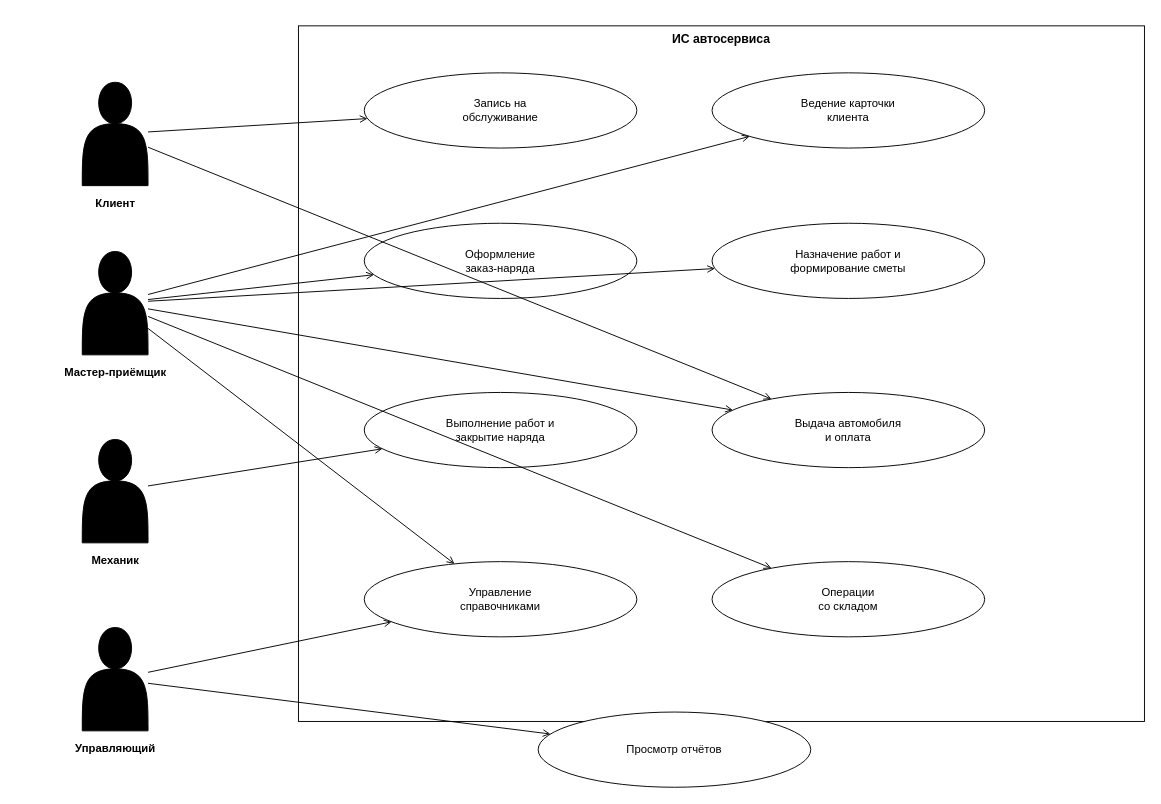
Before: docs/diagrams/use-case.drawio in SergoSektor/auto-service-is, a draw.io diagram. Source tidied: cells renumbered, new cells numbered last; positions are measured from the earlier drawing's top-left corner, leaving out a move shared by most shapes. Both pictures are drawn from the tidied source at 94%, with x=0, y=0 at pixel (35, 25).
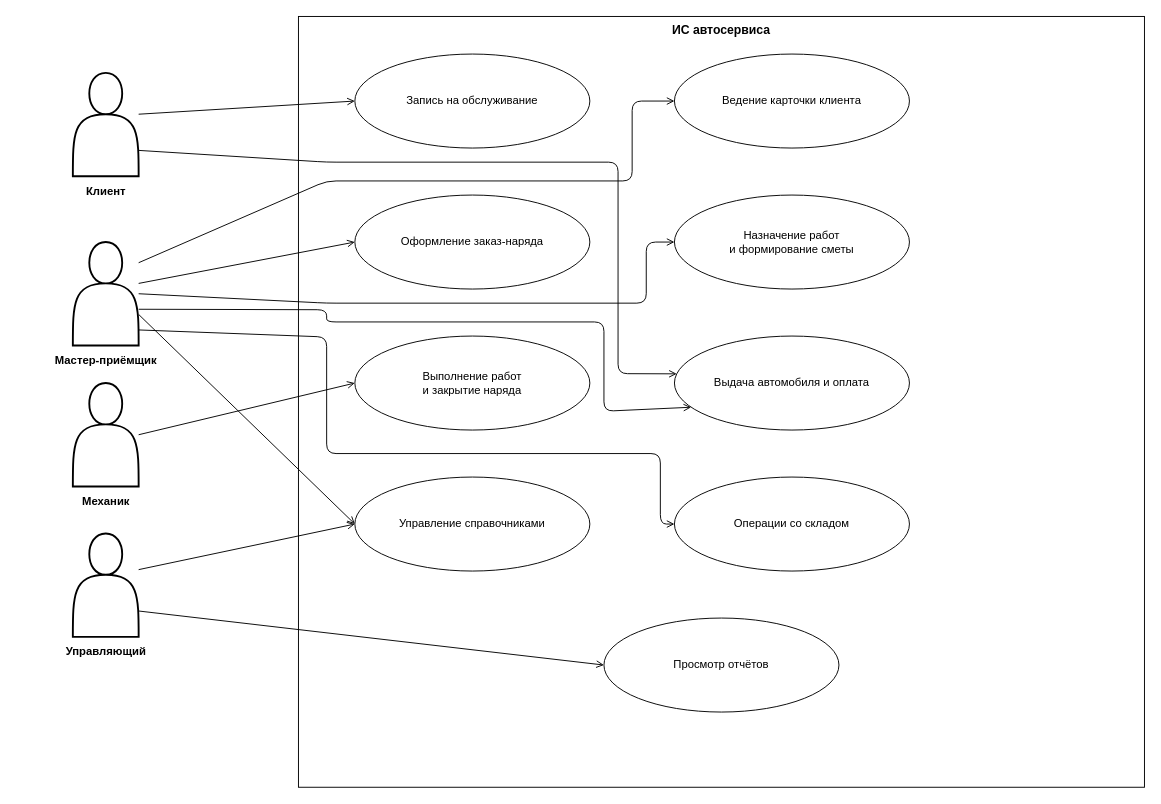
Above is the later version.

Commit message (it also covers changes not shown here):
Поправлена диаграмма вариантов использования

Change to the diagram source:
```diff
@@
     <mxCell id="2" value="ИС автосервиса" style="rounded=0;whiteSpace=wrap;html=1;verticalAlign=top;fontStyle=1;fontSize=13;fillColor=none;strokeColor=#000000;" parent="1" vertex="1">
-      <mxGeometry x="280" width="900" height="740" as="geometry" />
+      <mxGeometry x="280" y="-10" width="900" height="820" as="geometry" />
     </mxCell>
-    <mxCell id="3" style="shape=actor;html=1;fillColor=#000000;strokeColor=#000000;" parent="1" vertex="1">
-      <mxGeometry x="50" y="60" width="70" height="110" as="geometry" />
+    <mxCell id="3" style="shape=actor;html=1;fillColor=#FFFFFF;strokeColor=#000000;strokeWidth=2;" parent="1" vertex="1">
+      <mxGeometry x="40" y="50" width="70" height="110" as="geometry" />
     </mxCell>
     <mxCell id="4" value="Клиент" style="text;html=1;align=center;fontSize=12;fontStyle=1;" parent="1" vertex="1">
-      <mxGeometry x="20" y="175" width="130" height="25" as="geometry" />
+      <mxGeometry x="10" y="162" width="130" height="25" as="geometry" />
     </mxCell>
-    <mxCell id="5" style="shape=actor;html=1;fillColor=#000000;strokeColor=#000000;" parent="1" vertex="1">
-      <mxGeometry x="50" y="240" width="70" height="110" as="geometry" />
+    <mxCell id="5" style="shape=actor;html=1;fillColor=#FFFFFF;strokeColor=#000000;strokeWidth=2;" parent="1" vertex="1">
+      <mxGeometry x="40" y="230" width="70" height="110" as="geometry" />
     </mxCell>
     <mxCell id="6" value="Мастер-приёмщик" style="text;html=1;align=center;fontSize=12;fontStyle=1;" parent="1" vertex="1">
-      <mxGeometry y="355" width="170" height="25" as="geometry" />
+      <mxGeometry x="-20" y="342" width="190" height="25" as="geometry" />
     </mxCell>
-    <mxCell id="7" style="shape=actor;html=1;fillColor=#000000;strokeColor=#000000;" parent="1" vertex="1">
-      <mxGeometry x="50" y="440" width="70" height="110" as="geometry" />
+    <mxCell id="7" style="shape=actor;html=1;fillColor=#FFFFFF;strokeColor=#000000;strokeWidth=2;" parent="1" vertex="1">
+      <mxGeometry x="40" y="380" width="70" height="110" as="geometry" />
     </mxCell>
     <mxCell id="8" value="Механик" style="text;html=1;align=center;fontSize=12;fontStyle=1;" parent="1" vertex="1">
-      <mxGeometry x="20" y="555" width="130" height="25" as="geometry" />
+      <mxGeometry x="10" y="492" width="130" height="25" as="geometry" />
     </mxCell>
-    <mxCell id="9" style="shape=actor;html=1;fillColor=#000000;strokeColor=#000000;" parent="1" vertex="1">
-      <mxGeometry x="50" y="640" width="70" height="110" as="geometry" />
+    <mxCell id="9" style="shape=actor;html=1;fillColor=#FFFFFF;strokeColor=#000000;strokeWidth=2;" parent="1" vertex="1">
+      <mxGeometry x="40" y="540" width="70" height="110" as="geometry" />
     </mxCell>
     <mxCell id="10" value="Управляющий" style="text;html=1;align=center;fontSize=12;fontStyle=1;" parent="1" vertex="1">
-      <mxGeometry x="10" y="755" width="150" height="25" as="geometry" />
+      <mxGeometry y="652" width="150" height="25" as="geometry" />
     </mxCell>
-    <mxCell id="11" value="Запись на&#10;обслуживание" style="ellipse;whiteSpace=wrap;html=1;fillColor=#FFFFFF;strokeColor=#000000;fontSize=12;" parent="1" vertex="1">
-      <mxGeometry x="350" y="50" width="290" height="80" as="geometry" />
+    <mxCell id="11" value="Запись на обслуживание" style="ellipse;whiteSpace=wrap;html=1;fillColor=#FFFFFF;strokeColor=#000000;fontSize=12;" parent="1" vertex="1">
+      <mxGeometry x="340" y="30" width="250" height="100" as="geometry" />
     </mxCell>
-    <mxCell id="12" value="Ведение карточки&#10;клиента" style="ellipse;whiteSpace=wrap;html=1;fillColor=#FFFFFF;strokeColor=#000000;fontSize=12;" parent="1" vertex="1">
-      <mxGeometry x="720" y="50" width="290" height="80" as="geometry" />
+    <mxCell id="12" value="Ведение карточки клиента" style="ellipse;whiteSpace=wrap;html=1;fillColor=#FFFFFF;strokeColor=#000000;fontSize=12;" parent="1" vertex="1">
+      <mxGeometry x="680" y="30" width="250" height="100" as="geometry" />
     </mxCell>
-    <mxCell id="13" value="Оформление&#10;заказ-наряда" style="ellipse;whiteSpace=wrap;html=1;fillColor=#FFFFFF;strokeColor=#000000;fontSize=12;" parent="1" vertex="1">
-      <mxGeometry x="350" y="210" width="290" height="80" as="geometry" />
+    <mxCell id="13" value="Оформление заказ-наряда" style="ellipse;whiteSpace=wrap;html=1;fillColor=#FFFFFF;strokeColor=#000000;fontSize=12;" parent="1" vertex="1">
+      <mxGeometry x="340" y="180" width="250" height="100" as="geometry" />
     </mxCell>
-    <mxCell id="14" value="Назначение работ и&#10;формирование сметы" style="ellipse;whiteSpace=wrap;html=1;fillColor=#FFFFFF;strokeColor=#000000;fontSize=12;" parent="1" vertex="1">
-      <mxGeometry x="720" y="210" width="290" height="80" as="geometry" />
+    <mxCell id="14" value="Назначение работ&#10;и формирование сметы" style="ellipse;whiteSpace=wrap;html=1;fillColor=#FFFFFF;strokeColor=#000000;fontSize=12;" parent="1" vertex="1">
+      <mxGeometry x="680" y="180" width="250" height="100" as="geometry" />
     </mxCell>
-    <mxCell id="15" value="Выполнение работ и&#10;закрытие наряда" style="ellipse;whiteSpace=wrap;html=1;fillColor=#FFFFFF;strokeColor=#000000;fontSize=12;" parent="1" vertex="1">
-      <mxGeometry x="350" y="390" width="290" height="80" as="geometry" />
+    <mxCell id="15" value="Выполнение работ&#10;и закрытие наряда" style="ellipse;whiteSpace=wrap;html=1;fillColor=#FFFFFF;strokeColor=#000000;fontSize=12;" parent="1" vertex="1">
+      <mxGeometry x="340" y="330" width="250" height="100" as="geometry" />
     </mxCell>
-    <mxCell id="16" value="Выдача автомобиля&#10;и оплата" style="ellipse;whiteSpace=wrap;html=1;fillColor=#FFFFFF;strokeColor=#000000;fontSize=12;" parent="1" vertex="1">
-      <mxGeometry x="720" y="390" width="290" height="80" as="geometry" />
+    <mxCell id="16" value="Выдача автомобиля и оплата" style="ellipse;whiteSpace=wrap;html=1;fillColor=#FFFFFF;strokeColor=#000000;fontSize=12;" parent="1" vertex="1">
+      <mxGeometry x="680" y="330" width="250" height="100" as="geometry" />
     </mxCell>
-    <mxCell id="17" value="Управление&#10;справочниками" style="ellipse;whiteSpace=wrap;html=1;fillColor=#FFFFFF;strokeColor=#000000;fontSize=12;" parent="1" vertex="1">
-      <mxGeometry x="350" y="570" width="290" height="80" as="geometry" />
+    <mxCell id="17" value="Управление справочниками" style="ellipse;whiteSpace=wrap;html=1;fillColor=#FFFFFF;strokeColor=#000000;fontSize=12;" parent="1" vertex="1">
+      <mxGeometry x="340" y="480" width="250" height="100" as="geometry" />
     </mxCell>
-    <mxCell id="18" value="Операции&#10;со складом" style="ellipse;whiteSpace=wrap;html=1;fillColor=#FFFFFF;strokeColor=#000000;fontSize=12;" parent="1" vertex="1">
-      <mxGeometry x="720" y="570" width="290" height="80" as="geometry" />
+    <mxCell id="18" value="Операции со складом" style="ellipse;whiteSpace=wrap;html=1;fillColor=#FFFFFF;strokeColor=#000000;fontSize=12;" parent="1" vertex="1">
+      <mxGeometry x="680" y="480" width="250" height="100" as="geometry" />
     </mxCell>
     <mxCell id="19" value="Просмотр отчётов" style="ellipse;whiteSpace=wrap;html=1;fillColor=#FFFFFF;strokeColor=#000000;fontSize=12;" parent="1" vertex="1">
-      <mxGeometry x="535" y="730" width="290" height="80" as="geometry" />
+      <mxGeometry x="605" y="630" width="250" height="100" as="geometry" />
     </mxCell>
-    <mxCell id="20" style="html=1;endArrow=open;endFill=0;strokeColor=#000000;" parent="1" edge="1" source="3" target="11">
+    <mxCell id="20" style="html=1;endArrow=open;endFill=0;strokeColor=#000000;exitX=1;exitY=0.4;entryX=0;entryY=0.5;" parent="1" edge="1" source="3" target="11">
       <mxGeometry relative="1" as="geometry" />
     </mxCell>
-    <mxCell id="21" style="html=1;endArrow=open;endFill=0;strokeColor=#000000;" parent="1" edge="1" source="3" target="16">
-      <mxGeometry relative="1" as="geometry" />
+    <mxCell id="21" style="html=1;endArrow=open;endFill=0;strokeColor=#000000;exitX=1;exitY=0.75;entryX=0;entryY=0.4;" parent="1" edge="1" source="3" target="16">
+      <mxGeometry relative="1" as="geometry">
+        <Array as="points">
+          <mxPoint x="310" y="145" />
+          <mxPoint x="620" y="145" />
+          <mxPoint x="620" y="370" />
+        </Array>
+      </mxGeometry>
     </mxCell>
-    <mxCell id="22" style="html=1;endArrow=open;endFill=0;strokeColor=#000000;" parent="1" edge="1" source="5" target="13">
-      <mxGeometry relative="1" as="geometry" />
+    <mxCell id="22" style="html=1;endArrow=open;endFill=0;strokeColor=#000000;exitX=1;exitY=0.2;entryX=0;entryY=0.5;" parent="1" edge="1" source="5" target="12">
+      <mxGeometry relative="1" as="geometry">
+        <Array as="points">
+          <mxPoint x="310" y="165" />
+          <mxPoint x="635" y="165" />
+          <mxPoint x="635" y="80" />
+        </Array>
+      </mxGeometry>
     </mxCell>
-    <mxCell id="23" style="html=1;endArrow=open;endFill=0;strokeColor=#000000;" parent="1" edge="1" source="5" target="14">
+    <mxCell id="23" style="html=1;endArrow=open;endFill=0;strokeColor=#000000;exitX=1;exitY=0.4;entryX=0;entryY=0.5;" parent="1" edge="1" source="5" target="13">
       <mxGeometry relative="1" as="geometry" />
     </mxCell>
-    <mxCell id="24" style="html=1;endArrow=open;endFill=0;strokeColor=#000000;" parent="1" edge="1" source="5" target="12">
-      <mxGeometry relative="1" as="geometry" />
+    <mxCell id="24" style="html=1;endArrow=open;endFill=0;strokeColor=#000000;exitX=1;exitY=0.5;entryX=0;entryY=0.5;" parent="1" edge="1" source="5" target="14">
+      <mxGeometry relative="1" as="geometry">
+        <Array as="points">
+          <mxPoint x="310" y="295" />
+          <mxPoint x="650" y="295" />
+          <mxPoint x="650" y="230" />
+        </Array>
+      </mxGeometry>
     </mxCell>
-    <mxCell id="25" style="html=1;endArrow=open;endFill=0;strokeColor=#000000;" parent="1" edge="1" source="5" target="17">
+    <mxCell id="25" style="html=1;endArrow=open;endFill=0;strokeColor=#000000;exitX=1;exitY=0.7;entryX=0;entryY=0.5;" parent="1" edge="1" source="5" target="17">
       <mxGeometry relative="1" as="geometry" />
     </mxCell>
-    <mxCell id="26" style="html=1;endArrow=open;endFill=0;strokeColor=#000000;" parent="1" edge="1" source="5" target="18">
-      <mxGeometry relative="1" as="geometry" />
+    <mxCell id="26" style="html=1;endArrow=open;endFill=0;strokeColor=#000000;exitX=1;exitY=0.85;entryX=0;entryY=0.5;" parent="1" edge="1" source="5" target="18">
+      <mxGeometry relative="1" as="geometry">
+        <Array as="points">
+          <mxPoint x="310" y="331" />
+          <mxPoint x="310" y="455" />
+          <mxPoint x="665" y="455" />
+          <mxPoint x="665" y="530" />
+        </Array>
+      </mxGeometry>
     </mxCell>
-    <mxCell id="27" style="html=1;endArrow=open;endFill=0;strokeColor=#000000;" parent="1" edge="1" source="5" target="16">
-      <mxGeometry relative="1" as="geometry" />
+    <mxCell id="27" style="html=1;endArrow=open;endFill=0;strokeColor=#000000;exitX=1;exitY=0.65;entryX=0;entryY=0.8;" parent="1" edge="1" source="5" target="16">
+      <mxGeometry relative="1" as="geometry">
+        <Array as="points">
+          <mxPoint x="310" y="302" />
+          <mxPoint x="310" y="315" />
+          <mxPoint x="605" y="315" />
+          <mxPoint x="605" y="410" />
+        </Array>
+      </mxGeometry>
     </mxCell>
-    <mxCell id="28" style="html=1;endArrow=open;endFill=0;strokeColor=#000000;" parent="1" edge="1" source="7" target="15">
+    <mxCell id="28" style="html=1;endArrow=open;endFill=0;strokeColor=#000000;exitX=1;exitY=0.5;entryX=0;entryY=0.5;" parent="1" edge="1" source="7" target="15">
       <mxGeometry relative="1" as="geometry" />
     </mxCell>
-    <mxCell id="29" style="html=1;endArrow=open;endFill=0;strokeColor=#000000;" parent="1" edge="1" source="9" target="17">
+    <mxCell id="29" style="html=1;endArrow=open;endFill=0;strokeColor=#000000;exitX=1;exitY=0.35;entryX=0;entryY=0.5;" parent="1" edge="1" source="9" target="17">
       <mxGeometry relative="1" as="geometry" />
     </mxCell>
-    <mxCell id="30" style="html=1;endArrow=open;endFill=0;strokeColor=#000000;" parent="1" edge="1" source="9" target="19">
+    <mxCell id="30" style="html=1;endArrow=open;endFill=0;strokeColor=#000000;exitX=1;exitY=0.75;entryX=0;entryY=0.5;" parent="1" edge="1" source="9" target="19">
       <mxGeometry relative="1" as="geometry" />
     </mxCell>
```
